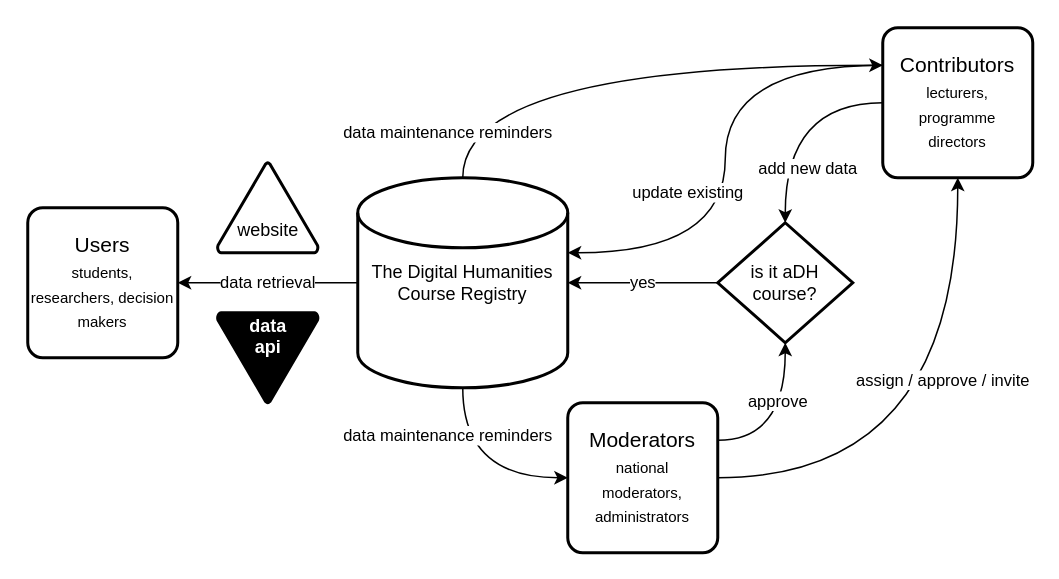
Earlier version of the draw.io diagram app/webroot/files/DHCR processes.drawio (hashmich/DHCR-Back-End). Source tidied: cells renumbered, new cells numbered last; positions are measured from the earlier drawing's top-left corner, leaving out a move shared by most shapes. Both pictures are drawn from the tidied source at 150%, with x=0, y=0 at pixel (27, 27).
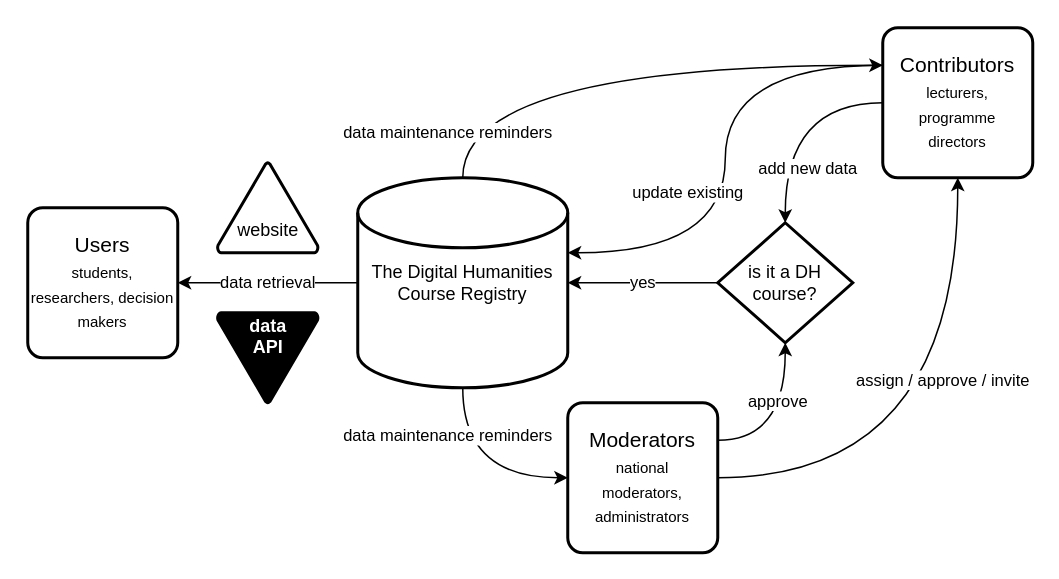
The same diagram, later.

Change to the diagram source:
```diff
@@
 <mxGraphModel>
   <root>
     <mxCell id="0" />
     <mxCell id="1" parent="0" />
     <mxCell id="2" value="data retrieval" style="edgeStyle=orthogonalEdgeStyle;rounded=0;jettySize=auto;html=1;exitX=0;exitY=0.5;exitDx=0;exitDy=0;entryX=1;entryY=0.5;entryDx=0;entryDy=0;elbow=vertical;curved=1;" parent="1" edge="1" source="5" target="6">
       <mxGeometry relative="1" as="geometry" />
     </mxCell>
     <mxCell id="3" value="data maintenance reminders" style="edgeStyle=orthogonalEdgeStyle;curved=1;rounded=0;jettySize=auto;html=1;exitX=0.5;exitY=0;exitDx=0;exitDy=0;entryX=0;entryY=0.25;entryDx=0;entryDy=0;" parent="1" edge="1" source="5" target="9">
       <mxGeometry x="-0.83" y="10" relative="1" as="geometry" />
     </mxCell>
     <mxCell id="4" value="data maintenance reminders" style="edgeStyle=orthogonalEdgeStyle;curved=1;rounded=0;jettySize=auto;html=1;exitX=0.5;exitY=1;exitDx=0;exitDy=0;entryX=0;entryY=0.5;entryDx=0;entryDy=0;" parent="1" edge="1" source="5" target="12">
       <mxGeometry x="-0.51" y="-10" relative="1" as="geometry" />
     </mxCell>
     <mxCell id="5" value="The Digital Humanities Course Registry" style="strokeWidth=2;html=1;shape=mxgraph.flowchart.database;whiteSpace=wrap;fontFamily=Helvetica;fontSize=12;fontColor=#000000;align=center;strokeColor=#000000;fillColor=#ffffff;" parent="1" vertex="1">
       <mxGeometry x="220" y="100" width="140" height="140" as="geometry" />
     </mxCell>
     <mxCell id="6" value="&lt;div&gt;Users&lt;/div&gt;&lt;div&gt;&lt;font style=&quot;font-size: 10px&quot;&gt;students, researchers, decision makers&lt;/font&gt;&lt;br&gt;&lt;/div&gt;" style="strokeWidth=2;rounded=1;arcSize=10;whiteSpace=wrap;html=1;align=center;fontSize=14;" parent="1" vertex="1">
       <mxGeometry y="120" width="100" height="100" as="geometry" />
     </mxCell>
     <mxCell id="7" value="add new data" style="edgeStyle=orthogonalEdgeStyle;curved=1;rounded=0;jettySize=auto;html=1;exitX=0;exitY=0.5;exitDx=0;exitDy=0;entryX=0.5;entryY=0;entryDx=0;entryDy=0;entryPerimeter=0;" parent="1" edge="1" source="9" target="14">
       <mxGeometry x="0.5" y="15" relative="1" as="geometry" />
     </mxCell>
     <mxCell id="8" value="update existing" style="edgeStyle=orthogonalEdgeStyle;curved=1;rounded=0;jettySize=auto;html=1;exitX=0;exitY=0.25;exitDx=0;exitDy=0;entryX=1;entryY=0.357;entryDx=0;entryDy=0;entryPerimeter=0;" parent="1" edge="1" source="9" target="5">
       <mxGeometry x="0.52" y="-40" relative="1" as="geometry" />
     </mxCell>
     <mxCell id="9" value="&lt;div&gt;Contributors&lt;/div&gt;&lt;div&gt;&lt;font style=&quot;font-size: 10px&quot;&gt;lecturers,&lt;/font&gt;&lt;/div&gt;&lt;div&gt;&lt;font style=&quot;font-size: 10px&quot;&gt;programme&lt;/font&gt;&lt;/div&gt;&lt;div&gt;&lt;font style=&quot;font-size: 10px&quot;&gt;directors&lt;/font&gt;&lt;br&gt;&lt;/div&gt;" style="strokeWidth=2;rounded=1;arcSize=10;whiteSpace=wrap;html=1;align=center;fontSize=14;" parent="1" vertex="1">
       <mxGeometry x="570" width="100" height="100" as="geometry" />
     </mxCell>
     <mxCell id="10" value="assign / approve / invite" style="edgeStyle=orthogonalEdgeStyle;curved=1;rounded=0;jettySize=auto;html=1;exitX=1;exitY=0.5;exitDx=0;exitDy=0;" parent="1" edge="1" source="12" target="9">
       <mxGeometry x="0.25" y="10" relative="1" as="geometry" />
     </mxCell>
     <mxCell id="11" value="approve" style="edgeStyle=orthogonalEdgeStyle;curved=1;rounded=0;jettySize=auto;html=1;exitX=1;exitY=0.25;exitDx=0;exitDy=0;entryX=0.5;entryY=1;entryDx=0;entryDy=0;entryPerimeter=0;" parent="1" edge="1" source="12" target="14">
       <mxGeometry x="0.29" y="5" relative="1" as="geometry" />
     </mxCell>
     <mxCell id="12" value="&lt;div&gt;Moderators&lt;/div&gt;&lt;div&gt;&lt;font style=&quot;font-size: 10px&quot;&gt;national&lt;/font&gt;&lt;/div&gt;&lt;div&gt;&lt;font style=&quot;font-size: 10px&quot;&gt;moderators,&lt;/font&gt;&lt;/div&gt;&lt;div&gt;&lt;font style=&quot;font-size: 10px&quot;&gt;administrators&lt;/font&gt;&lt;br&gt;&lt;/div&gt;" style="strokeWidth=2;rounded=1;arcSize=10;whiteSpace=wrap;html=1;align=center;fontSize=14;" parent="1" vertex="1">
       <mxGeometry x="360" y="250" width="100" height="100" as="geometry" />
     </mxCell>
     <mxCell id="13" value="yes" style="edgeStyle=orthogonalEdgeStyle;curved=1;rounded=0;jettySize=auto;html=1;exitX=0;exitY=0.5;exitDx=0;exitDy=0;exitPerimeter=0;" parent="1" edge="1" source="14" target="5">
       <mxGeometry relative="1" as="geometry" />
     </mxCell>
-    <mxCell id="14" value="is it aDH course?" style="strokeWidth=2;html=1;shape=mxgraph.flowchart.decision;whiteSpace=wrap;" parent="1" vertex="1">
+    <mxCell id="14" value="is it a DH course?" style="strokeWidth=2;html=1;shape=mxgraph.flowchart.decision;whiteSpace=wrap;" parent="1" vertex="1">
       <mxGeometry x="460" y="130" width="90" height="80" as="geometry" />
     </mxCell>
     <mxCell id="15" value="&lt;div&gt;&lt;br&gt;&lt;/div&gt;&lt;div&gt;&lt;br&gt;&lt;/div&gt;&lt;div&gt;website&lt;/div&gt;" style="strokeWidth=2;html=1;shape=mxgraph.flowchart.extract_or_measurement;whiteSpace=wrap;" parent="1" vertex="1">
       <mxGeometry x="126.5" y="90" width="67" height="60" as="geometry" />
     </mxCell>
-    <mxCell id="16" value="&lt;div&gt;&lt;b&gt;&lt;font color=&quot;#ffffff&quot;&gt;data&lt;/font&gt;&lt;/b&gt;&lt;/div&gt;&lt;div&gt;&lt;b&gt;&lt;font color=&quot;#ffffff&quot;&gt;api&lt;/font&gt;&lt;/b&gt;&lt;/div&gt;&lt;div&gt;&lt;b&gt;&lt;font color=&quot;#ffffff&quot;&gt;&lt;br&gt;&lt;/font&gt;&lt;/b&gt;&lt;/div&gt;&lt;div&gt;&lt;b&gt;&lt;font color=&quot;#ffffff&quot;&gt;&lt;br&gt;&lt;/font&gt;&lt;/b&gt;&lt;/div&gt;" style="strokeWidth=2;html=1;shape=mxgraph.flowchart.extract_or_measurement;whiteSpace=wrap;rotation=0;direction=west;fillColor=#000000;" parent="1" vertex="1">
+    <mxCell id="16" value="&lt;div&gt;&lt;b&gt;&lt;font color=&quot;#ffffff&quot;&gt;data&lt;/font&gt;&lt;/b&gt;&lt;/div&gt;&lt;div&gt;&lt;b&gt;&lt;font color=&quot;#ffffff&quot;&gt;API&lt;br&gt;&lt;/font&gt;&lt;/b&gt;&lt;/div&gt;&lt;div&gt;&lt;b&gt;&lt;font color=&quot;#ffffff&quot;&gt;&lt;br&gt;&lt;/font&gt;&lt;/b&gt;&lt;/div&gt;&lt;div&gt;&lt;b&gt;&lt;font color=&quot;#ffffff&quot;&gt;&lt;br&gt;&lt;/font&gt;&lt;/b&gt;&lt;/div&gt;" style="strokeWidth=2;html=1;shape=mxgraph.flowchart.extract_or_measurement;whiteSpace=wrap;rotation=0;direction=west;fillColor=#000000;" parent="1" vertex="1">
       <mxGeometry x="126.5" y="190" width="67" height="60" as="geometry" />
     </mxCell>
   </root>
 </mxGraphModel>
```
